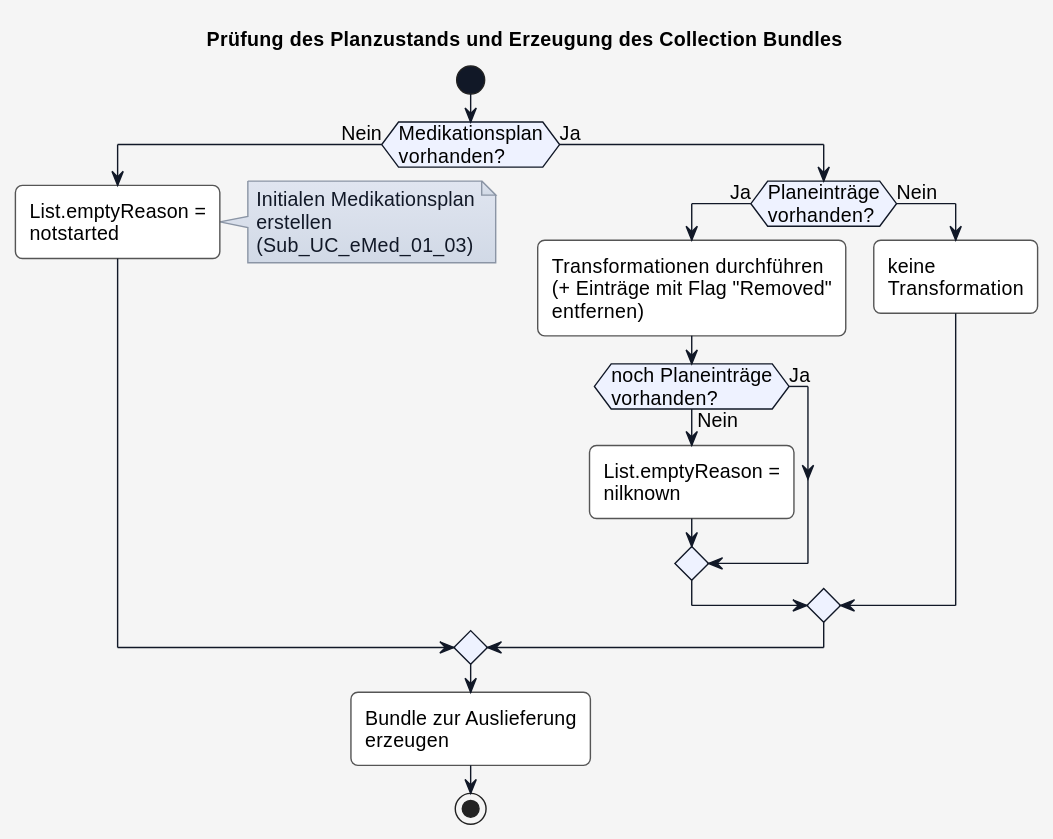
Before: r4-ELGA-e-Medikation-main/plantuml/UC_eMed_01_01_plancheck.svg, a diagram exported from PlantUML (HL7Austria/hl7austria.github.io). The source it was exported from:
```plantuml
@startuml
title Prüfung des Planzustands und Erzeugung des Collection Bundles

skinparam borderColor #000000
skinparam backgroundColor #f5f5f5
skinparam shadowing false
skinparam roundCorner 10
skinparam defaultFontName "Arial"
skinparam defaultFontSize 14
skinparam defaultFontColor #000000
skinparam HyperlinkColor #0000EE
skinparam HyperlinkUnderline false
skinparam BoxPadding 20
skinparam BoxBorderColor #555555

skinparam note {
  BackgroundColor #e0e5f0-#d1d9e6
  BorderColor #8b95a5
  BorderThickness 1
  RoundCorner 0
  Padding 6
  FontColor #111827
  Shadowing false
}

skinparam activity {
  BackgroundColor #ffffff
  BorderColor #555555
  BorderThickness 1
  FontColor #000000
  FontSize 14
  DiamondBackgroundColor #eef2ff
  DiamondBorderColor #111827
  DiamondFontColor #000000
  StartColor #111827
  EndColor #111827
  ArrowColor #111827
  ArrowThickness 1
}

start

if (Medikationsplan\nvorhanden?) then (Nein)

  :List.emptyReason =\nnotstarted;

  note right
    Initialen Medikationsplan
    erstellen
    (Sub_UC_eMed_01_03)
  end note

else (Ja)

  if (Planeinträge\nvorhanden?) then (Ja)

    :Transformationen durchführen\n(+ Einträge mit Flag "Removed"\nentfernen);

    if (noch Planeinträge\nvorhanden?) then (Ja)

    else (Nein)

      :List.emptyReason =\nnilknown;

    endif

  else (Nein)

    :keine\nTransformation;

  endif

endif

:Bundle zur Auslieferung\nerzeugen;

stop
@enduml
```
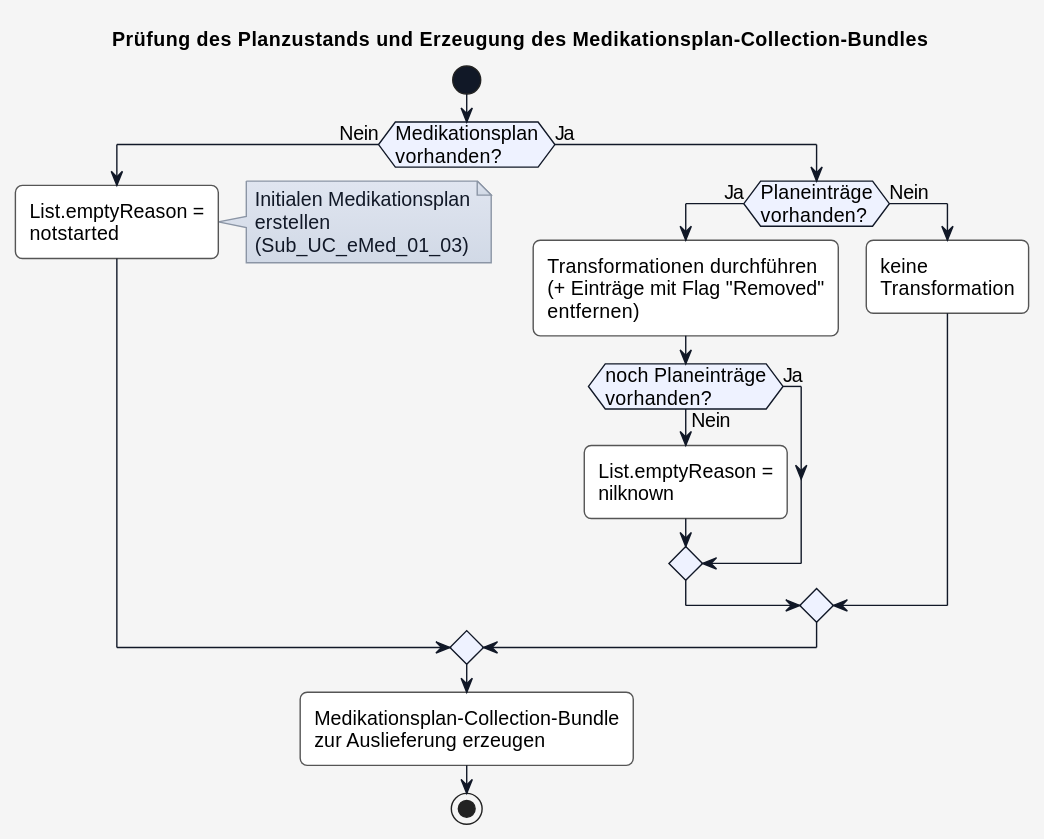
The same diagram one commit later.

Diff of the diagram source:
```diff
@@ -1,5 +1,5 @@
 @startuml
-title Prüfung des Planzustands und Erzeugung des Collection Bundles
+title Prüfung des Planzustands und Erzeugung des Medikationsplan-Collection-Bundles
 
 skinparam borderColor #000000
 skinparam backgroundColor #f5f5f5
@@ -72,7 +72,7 @@
 
 endif
 
-:Bundle zur Auslieferung\nerzeugen;
+:Medikationsplan-Collection-Bundle\nzur Auslieferung erzeugen;
 
 stop
 @enduml
```
